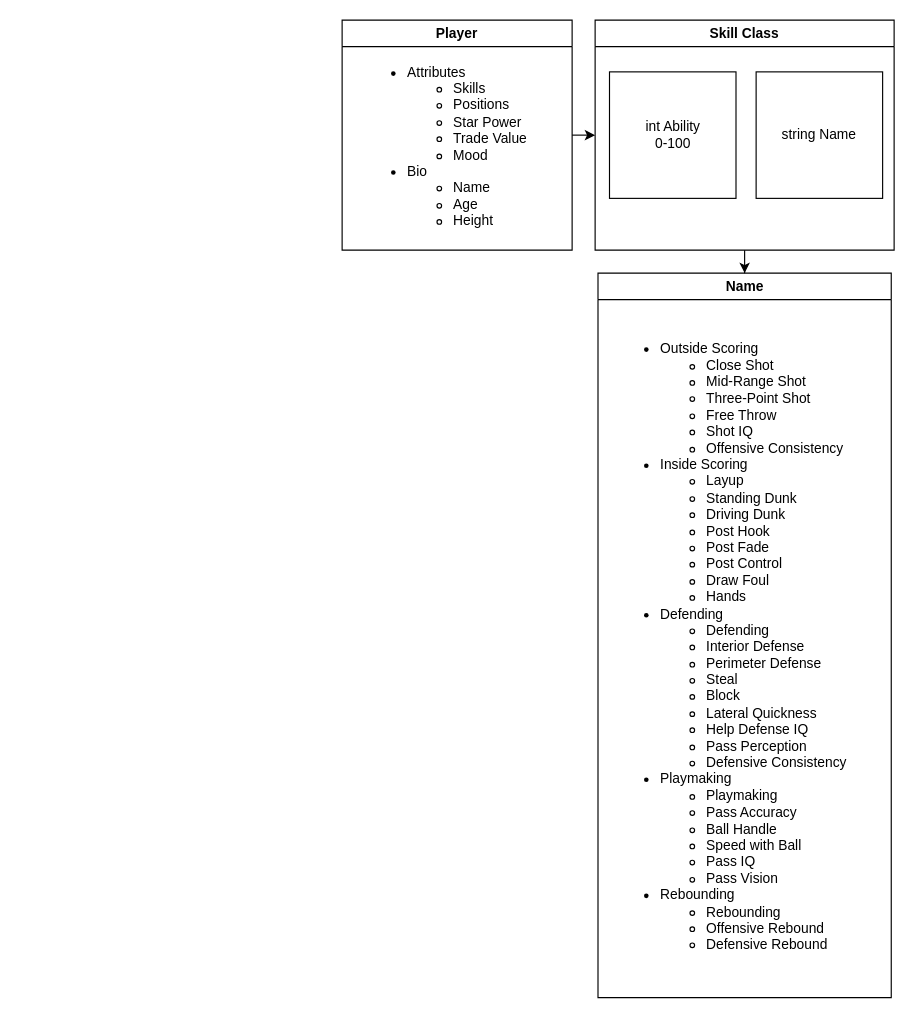
Earlier version of the draw.io diagram basketball-sim-game.drawio (nosra/basketball-gm-game). Source tidied: cells renumbered, new cells numbered last; positions are measured from the earlier drawing's top-left corner, leaving out a move shared by most shapes. Both pictures are drawn from the tidied source at 115%, with x=0, y=0 at pixel (342, 20).
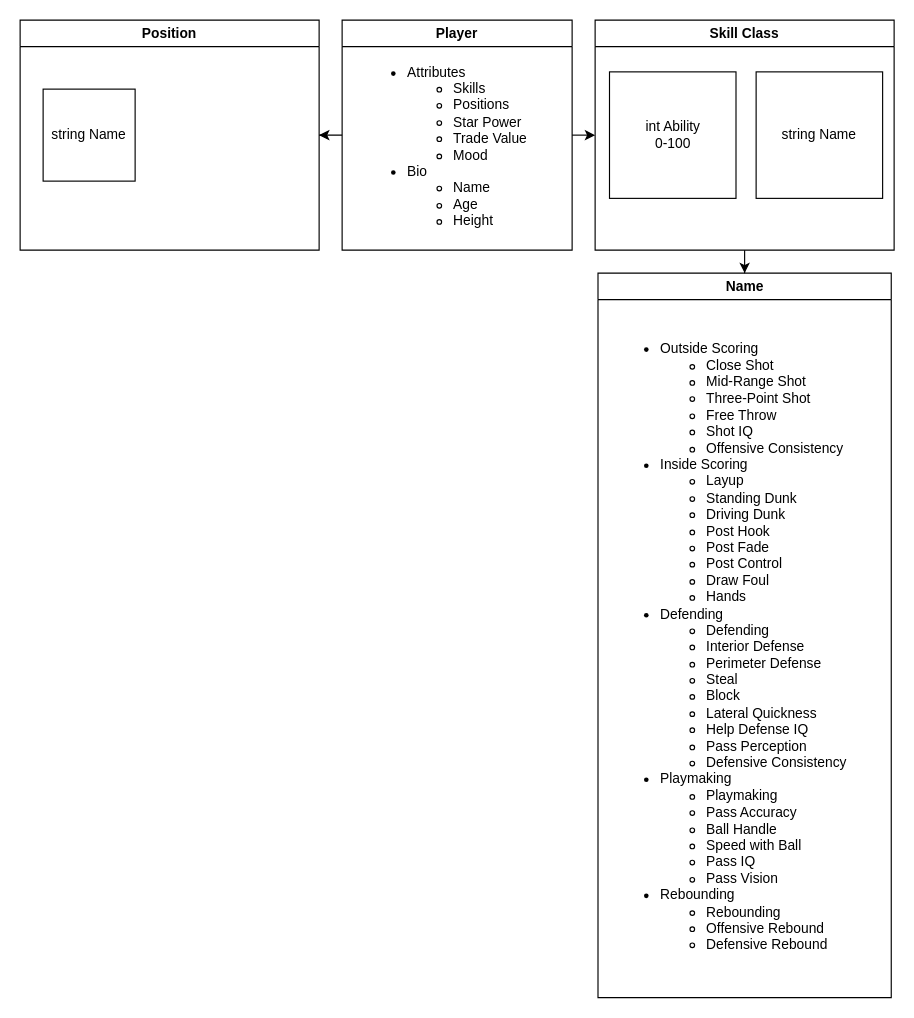
After the change.

The edit, as a diff of the source:
```diff
@@
 <mxGraphModel>
   <root>
     <mxCell id="0" />
     <mxCell id="1" parent="0" />
     <mxCell id="2" style="edgeStyle=orthogonalEdgeStyle;rounded=0;jettySize=auto;html=1;exitX=1;exitY=0.5;exitDx=0;exitDy=0;" parent="1" edge="1" source="3">
       <mxGeometry relative="1" as="geometry">
         <mxPoint x="220" y="100" as="targetPoint" />
       </mxGeometry>
     </mxCell>
+    <mxCell id="11" style="edgeStyle=orthogonalEdgeStyle;rounded=0;jettySize=auto;html=1;entryX=1;entryY=0.5;entryDx=0;entryDy=0;" parent="1" edge="1" source="3" target="12">
+      <mxGeometry relative="1" as="geometry" />
+    </mxCell>
     <mxCell id="3" value="Player" style="swimlane;whiteSpace=wrap;html=1;labelBackgroundColor=none;" parent="1" vertex="1">
       <mxGeometry width="200" height="200" as="geometry" />
     </mxCell>
     <mxCell id="4" value="&lt;ul style=&quot;&quot;&gt;&lt;li style=&quot;&quot;&gt;&lt;span style=&quot;background-color: initial;&quot;&gt;Attributes&lt;/span&gt;&lt;/li&gt;&lt;ul&gt;&lt;li style=&quot;&quot;&gt;&lt;span style=&quot;background-color: initial;&quot;&gt;Skills&lt;/span&gt;&lt;/li&gt;&lt;li style=&quot;&quot;&gt;Positions&lt;/li&gt;&lt;li style=&quot;&quot;&gt;Star Power&lt;/li&gt;&lt;li style=&quot;&quot;&gt;Trade Value&lt;/li&gt;&lt;li style=&quot;&quot;&gt;Mood&lt;/li&gt;&lt;/ul&gt;&lt;li&gt;Bio&lt;/li&gt;&lt;ul&gt;&lt;li&gt;Name&lt;/li&gt;&lt;li&gt;Age&lt;/li&gt;&lt;li&gt;Height&lt;/li&gt;&lt;/ul&gt;&lt;/ul&gt;" style="text;html=1;align=left;verticalAlign=middle;strokeColor=none;fillColor=none;labelBackgroundColor=none;" parent="3" vertex="1">
       <mxGeometry x="15" y="20" width="170" height="180" as="geometry" />
     </mxCell>
     <mxCell id="5" value="Name" style="swimlane;whiteSpace=wrap;html=1;labelBackgroundColor=none;" parent="1" vertex="1">
       <mxGeometry x="222.5" y="220" width="255" height="630" as="geometry" />
     </mxCell>
     <mxCell id="6" value="&lt;ul&gt;&lt;li&gt;Outside Scoring&lt;/li&gt;&lt;ul&gt;&lt;li&gt;Close Shot&lt;/li&gt;&lt;li&gt;Mid-Range Shot&lt;/li&gt;&lt;li&gt;Three-Point Shot&lt;/li&gt;&lt;li&gt;Free Throw&lt;/li&gt;&lt;li&gt;Shot IQ&lt;/li&gt;&lt;li&gt;Offensive Consistency&lt;/li&gt;&lt;/ul&gt;&lt;li&gt;Inside Scoring&lt;/li&gt;&lt;ul&gt;&lt;li&gt;Layup&lt;/li&gt;&lt;li&gt;Standing Dunk&lt;/li&gt;&lt;li&gt;Driving Dunk&lt;/li&gt;&lt;li&gt;Post Hook&lt;/li&gt;&lt;li&gt;Post Fade&lt;/li&gt;&lt;li&gt;Post Control&lt;/li&gt;&lt;li&gt;Draw Foul&lt;/li&gt;&lt;li&gt;Hands&lt;/li&gt;&lt;/ul&gt;&lt;li&gt;Defending&lt;/li&gt;&lt;ul&gt;&lt;li&gt;Defending&lt;/li&gt;&lt;li&gt;Interior Defense&lt;/li&gt;&lt;li&gt;Perimeter Defense&lt;/li&gt;&lt;li&gt;Steal&lt;/li&gt;&lt;li&gt;Block&lt;/li&gt;&lt;li&gt;Lateral Quickness&lt;/li&gt;&lt;li&gt;Help Defense IQ&lt;/li&gt;&lt;li&gt;Pass Perception&lt;/li&gt;&lt;li&gt;Defensive Consistency&lt;/li&gt;&lt;/ul&gt;&lt;li&gt;Playmaking&lt;/li&gt;&lt;ul&gt;&lt;li&gt;Playmaking&lt;/li&gt;&lt;li&gt;Pass Accuracy&lt;/li&gt;&lt;li&gt;Ball Handle&lt;/li&gt;&lt;li&gt;Speed with Ball&lt;/li&gt;&lt;li&gt;Pass IQ&lt;/li&gt;&lt;li&gt;Pass Vision&lt;/li&gt;&lt;/ul&gt;&lt;li&gt;Rebounding&lt;/li&gt;&lt;ul&gt;&lt;li&gt;Rebounding&lt;/li&gt;&lt;li&gt;Offensive Rebound&lt;/li&gt;&lt;li&gt;Defensive Rebound&lt;/li&gt;&lt;/ul&gt;&lt;/ul&gt;" style="text;html=1;align=left;verticalAlign=middle;strokeColor=none;fillColor=none;labelBackgroundColor=none;" parent="5" vertex="1">
       <mxGeometry x="12.5" y="40" width="230" height="570" as="geometry" />
     </mxCell>
     <mxCell id="7" style="edgeStyle=orthogonalEdgeStyle;rounded=0;jettySize=auto;html=1;entryX=0.5;entryY=0;entryDx=0;entryDy=0;" parent="1" edge="1" source="8" target="5">
       <mxGeometry relative="1" as="geometry" />
     </mxCell>
     <mxCell id="8" value="Skill Class" style="swimlane;whiteSpace=wrap;html=1;labelBackgroundColor=none;" parent="1" vertex="1">
       <mxGeometry x="220" width="260" height="200" as="geometry" />
     </mxCell>
     <mxCell id="9" value="int Ability&lt;br&gt;0-100" style="whiteSpace=wrap;html=1;align=center;" parent="8" vertex="1">
       <mxGeometry x="12.5" y="45" width="110" height="110" as="geometry" />
     </mxCell>
     <mxCell id="10" value="string Name" style="whiteSpace=wrap;html=1;" parent="8" vertex="1">
       <mxGeometry x="140" y="45" width="110" height="110" as="geometry" />
     </mxCell>
+    <mxCell id="12" value="Position" style="swimlane;whiteSpace=wrap;html=1;" parent="1" vertex="1">
+      <mxGeometry x="-280" width="260" height="200" as="geometry" />
+    </mxCell>
+    <mxCell id="13" value="string Name" style="whiteSpace=wrap;html=1;" parent="12" vertex="1">
+      <mxGeometry x="20" y="60" width="80" height="80" as="geometry" />
+    </mxCell>
   </root>
 </mxGraphModel>
```
